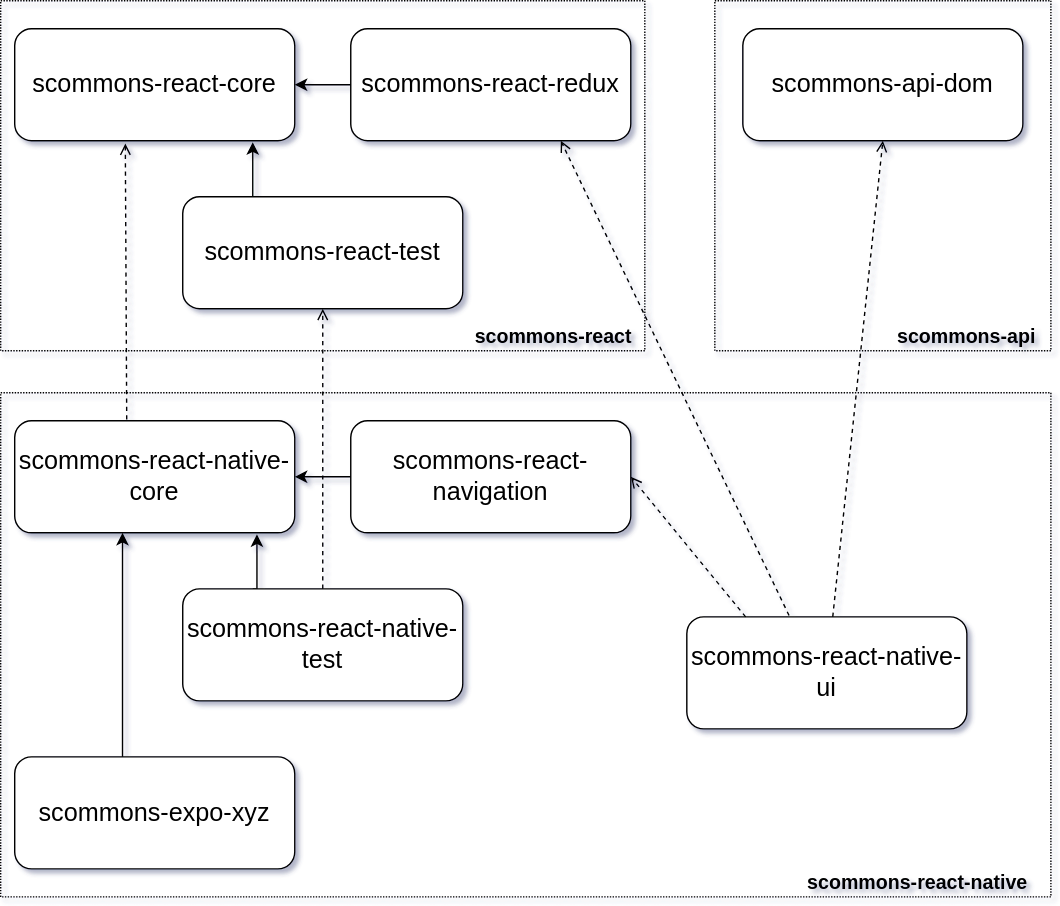
This is docs/drawio/overview.svg from scommons/scommons-react-native, a draw.io export, as it was before one commit. Source tidied: cells renumbered, new cells last; positions are measured from the earlier drawing's top-left corner, leaving out a move shared by most shapes. Its diagram source:
```xml
<mxGraphModel background="#ffffff">
  <root>
    <mxCell id="0" />
    <mxCell id="1" parent="0" />
    <mxCell id="2" style="rounded=0;whiteSpace=wrap;html=1;dashed=1;fillColor=none;shadow=0;dashPattern=1 1;" parent="1" vertex="1">
      <mxGeometry x="510" width="240" height="250" as="geometry" />
    </mxCell>
    <mxCell id="3" style="rounded=0;whiteSpace=wrap;html=1;dashed=1;fillColor=none;shadow=0;dashPattern=1 1;" parent="1" vertex="1">
      <mxGeometry width="460" height="250" as="geometry" />
    </mxCell>
    <mxCell id="4" style="rounded=0;whiteSpace=wrap;html=1;dashed=1;fillColor=none;shadow=0;dashPattern=1 1;" parent="1" vertex="1">
      <mxGeometry y="280" width="750" height="360" as="geometry" />
    </mxCell>
    <mxCell id="5" value="scommons-react-core" style="rounded=1;whiteSpace=wrap;html=1;fillColor=#FFFFFF;fontSize=18;" parent="1" vertex="1">
      <mxGeometry x="10" y="20" width="200" height="80" as="geometry" />
    </mxCell>
    <mxCell id="6" style="edgeStyle=orthogonalEdgeStyle;rounded=0;jettySize=auto;html=1;exitX=0.25;exitY=0;exitDx=0;exitDy=0;entryX=0.865;entryY=1.013;entryDx=0;entryDy=0;entryPerimeter=0;fontSize=14;" parent="1" edge="1" source="7" target="11">
      <mxGeometry relative="1" as="geometry" />
    </mxCell>
    <mxCell id="7" value="scommons-react-native-test" style="rounded=1;whiteSpace=wrap;html=1;fillColor=#FFFFFF;fontSize=18;" parent="1" vertex="1">
      <mxGeometry x="130" y="420" width="200" height="80" as="geometry" />
    </mxCell>
    <mxCell id="8" style="edgeStyle=orthogonalEdgeStyle;rounded=0;jettySize=auto;html=1;exitX=0.25;exitY=0;exitDx=0;exitDy=0;fontSize=14;" parent="1" edge="1" source="9">
      <mxGeometry relative="1" as="geometry">
        <mxPoint x="180" y="101" as="targetPoint" />
      </mxGeometry>
    </mxCell>
    <mxCell id="9" value="scommons-react-test" style="rounded=1;whiteSpace=wrap;html=1;fillColor=#FFFFFF;fontSize=18;" parent="1" vertex="1">
      <mxGeometry x="130" y="140" width="200" height="80" as="geometry" />
    </mxCell>
    <mxCell id="10" value="scommons-react-native-ui" style="rounded=1;whiteSpace=wrap;html=1;fillColor=#FFFFFF;fontSize=18;" parent="1" vertex="1">
      <mxGeometry x="490" y="440" width="200" height="80" as="geometry" />
    </mxCell>
    <mxCell id="11" value="scommons-react-native-core" style="rounded=1;whiteSpace=wrap;html=1;fillColor=#FFFFFF;fontSize=18;" parent="1" vertex="1">
      <mxGeometry x="10" y="300" width="200" height="80" as="geometry" />
    </mxCell>
    <mxCell id="12" style="edgeStyle=orthogonalEdgeStyle;rounded=0;jettySize=auto;html=1;exitX=0;exitY=0.5;exitDx=0;exitDy=0;entryX=1;entryY=0.5;entryDx=0;entryDy=0;fontSize=14;" parent="1" edge="1" source="13" target="11">
      <mxGeometry relative="1" as="geometry" />
    </mxCell>
    <mxCell id="13" value="scommons-react-navigation" style="rounded=1;whiteSpace=wrap;html=1;fillColor=#FFFFFF;fontSize=18;" parent="1" vertex="1">
      <mxGeometry x="250" y="300" width="200" height="80" as="geometry" />
    </mxCell>
    <mxCell id="14" value="scommons-expo-xyz" style="rounded=1;whiteSpace=wrap;html=1;fillColor=#FFFFFF;fontSize=18;" parent="1" vertex="1">
      <mxGeometry x="10" y="540" width="200" height="80" as="geometry" />
    </mxCell>
    <mxCell id="15" style="edgeStyle=orthogonalEdgeStyle;rounded=0;jettySize=auto;html=1;exitX=0;exitY=0.5;exitDx=0;exitDy=0;entryX=1;entryY=0.5;entryDx=0;entryDy=0;fontSize=14;" parent="1" edge="1" source="16" target="5">
      <mxGeometry relative="1" as="geometry" />
    </mxCell>
    <mxCell id="16" value="scommons-react-redux" style="rounded=1;whiteSpace=wrap;html=1;fillColor=#FFFFFF;fontSize=18;" parent="1" vertex="1">
      <mxGeometry x="250" y="20" width="200" height="80" as="geometry" />
    </mxCell>
    <mxCell id="17" value="scommons-api-dom" style="rounded=1;whiteSpace=wrap;html=1;fillColor=#FFFFFF;fontSize=18;" parent="1" vertex="1">
      <mxGeometry x="530" y="20" width="200" height="80" as="geometry" />
    </mxCell>
    <mxCell id="18" value="scommons-react" style="text;html=1;strokeColor=none;fillColor=none;align=center;verticalAlign=middle;whiteSpace=wrap;rounded=0;shadow=0;dashed=1;fontStyle=1;fontSize=14;" parent="1" vertex="1">
      <mxGeometry x="330" y="230" width="130" height="20" as="geometry" />
    </mxCell>
    <mxCell id="19" value="scommons-api" style="text;html=1;strokeColor=none;fillColor=none;align=center;verticalAlign=middle;whiteSpace=wrap;rounded=0;shadow=0;dashed=1;fontStyle=1;fontSize=14;" parent="1" vertex="1">
      <mxGeometry x="630" y="230" width="120" height="20" as="geometry" />
    </mxCell>
    <mxCell id="20" value="scommons-react-native" style="text;html=1;strokeColor=none;fillColor=none;align=center;verticalAlign=middle;whiteSpace=wrap;rounded=0;shadow=0;dashed=1;fontStyle=1;fontSize=14;" parent="1" vertex="1">
      <mxGeometry x="560" y="620" width="190" height="20" as="geometry" />
    </mxCell>
    <mxCell id="21" style="endArrow=classic;html=1;fontSize=14;" parent="1" edge="1">
      <mxGeometry relative="1" as="geometry">
        <mxPoint x="87" y="540" as="sourcePoint" />
        <mxPoint x="87" y="380" as="targetPoint" />
        <Array as="points">
          <mxPoint x="87" y="480" />
        </Array>
      </mxGeometry>
    </mxCell>
    <mxCell id="22" style="endArrow=open;html=1;fontSize=14;dashed=1;exitX=0.365;exitY=-0.012;exitDx=0;exitDy=0;entryX=0.75;entryY=1;entryDx=0;entryDy=0;exitPerimeter=0;endFill=0;" parent="1" edge="1" source="10" target="16">
      <mxGeometry relative="1" as="geometry" />
    </mxCell>
    <mxCell id="23" style="endArrow=open;html=1;fontSize=14;dashed=1;entryX=0.5;entryY=1;entryDx=0;entryDy=0;endFill=0;" parent="1" edge="1" source="10" target="17">
      <mxGeometry relative="1" as="geometry" />
    </mxCell>
    <mxCell id="24" style="endArrow=open;html=1;fontSize=14;dashed=1;entryX=1;entryY=0.5;entryDx=0;entryDy=0;endFill=0;" parent="1" edge="1" target="13">
      <mxGeometry relative="1" as="geometry">
        <mxPoint x="532" y="440" as="sourcePoint" />
      </mxGeometry>
    </mxCell>
    <mxCell id="25" style="endArrow=open;html=1;fontSize=14;dashed=1;entryX=0.395;entryY=1.025;entryDx=0;entryDy=0;endFill=0;entryPerimeter=0;exitX=0.4;exitY=-0.012;exitDx=0;exitDy=0;exitPerimeter=0;" parent="1" edge="1" source="11" target="5">
      <mxGeometry relative="1" as="geometry" />
    </mxCell>
    <mxCell id="26" style="endArrow=open;html=1;fontSize=14;dashed=1;entryX=0.5;entryY=1;entryDx=0;entryDy=0;endFill=0;exitX=0.5;exitY=0;exitDx=0;exitDy=0;" parent="1" edge="1" source="7" target="9">
      <mxGeometry relative="1" as="geometry" />
    </mxCell>
  </root>
</mxGraphModel>
```
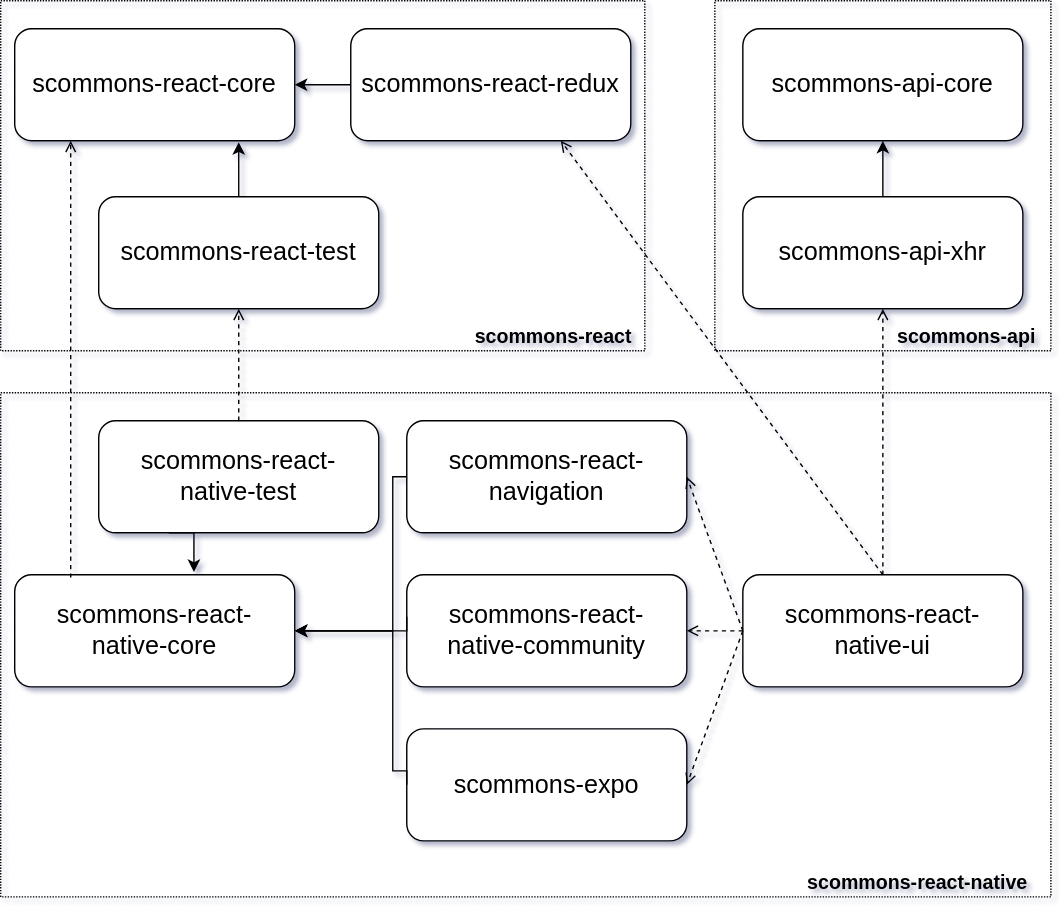
The same file after the commit.

What changed in the source:
```diff
@@ -14,34 +14,39 @@
     <mxCell id="5" value="scommons-react-core" style="rounded=1;whiteSpace=wrap;html=1;fillColor=#FFFFFF;fontSize=18;" parent="1" vertex="1">
       <mxGeometry x="10" y="20" width="200" height="80" as="geometry" />
     </mxCell>
-    <mxCell id="6" style="edgeStyle=orthogonalEdgeStyle;rounded=0;jettySize=auto;html=1;exitX=0.25;exitY=0;exitDx=0;exitDy=0;entryX=0.865;entryY=1.013;entryDx=0;entryDy=0;entryPerimeter=0;fontSize=14;" parent="1" edge="1" source="7" target="11">
+    <mxCell id="6" style="edgeStyle=orthogonalEdgeStyle;rounded=0;jettySize=auto;html=1;exitX=0.25;exitY=1;exitDx=0;exitDy=0;entryX=0.64;entryY=-0.025;entryDx=0;entryDy=0;fontSize=14;entryPerimeter=0;" parent="1" edge="1" source="7" target="11">
       <mxGeometry relative="1" as="geometry" />
     </mxCell>
-    <mxCell id="7" value="scommons-react-native-test" style="rounded=1;whiteSpace=wrap;html=1;fillColor=#FFFFFF;fontSize=18;" parent="1" vertex="1">
-      <mxGeometry x="130" y="420" width="200" height="80" as="geometry" />
+    <mxCell id="7" value="&lt;div&gt;scommons-react-&lt;/div&gt;&lt;div&gt;native-test&lt;/div&gt;" style="rounded=1;whiteSpace=wrap;html=1;fillColor=#FFFFFF;fontSize=18;" parent="1" vertex="1">
+      <mxGeometry x="70" y="300" width="200" height="80" as="geometry" />
     </mxCell>
-    <mxCell id="8" style="edgeStyle=orthogonalEdgeStyle;rounded=0;jettySize=auto;html=1;exitX=0.25;exitY=0;exitDx=0;exitDy=0;fontSize=14;" parent="1" edge="1" source="9">
+    <mxCell id="8" style="edgeStyle=orthogonalEdgeStyle;rounded=0;jettySize=auto;html=1;exitX=0.5;exitY=0;exitDx=0;exitDy=0;fontSize=14;" parent="1" edge="1" source="9">
       <mxGeometry relative="1" as="geometry">
-        <mxPoint x="180" y="101" as="targetPoint" />
+        <mxPoint x="170" y="101" as="targetPoint" />
       </mxGeometry>
     </mxCell>
     <mxCell id="9" value="scommons-react-test" style="rounded=1;whiteSpace=wrap;html=1;fillColor=#FFFFFF;fontSize=18;" parent="1" vertex="1">
-      <mxGeometry x="130" y="140" width="200" height="80" as="geometry" />
+      <mxGeometry x="70" y="140" width="200" height="80" as="geometry" />
     </mxCell>
-    <mxCell id="10" value="scommons-react-native-ui" style="rounded=1;whiteSpace=wrap;html=1;fillColor=#FFFFFF;fontSize=18;" parent="1" vertex="1">
-      <mxGeometry x="490" y="440" width="200" height="80" as="geometry" />
+    <mxCell id="10" value="&lt;div&gt;scommons-react-&lt;/div&gt;&lt;div&gt;native-ui&lt;/div&gt;" style="rounded=1;whiteSpace=wrap;html=1;fillColor=#FFFFFF;fontSize=18;" parent="1" vertex="1">
+      <mxGeometry x="530" y="410" width="200" height="80" as="geometry" />
     </mxCell>
-    <mxCell id="11" value="scommons-react-native-core" style="rounded=1;whiteSpace=wrap;html=1;fillColor=#FFFFFF;fontSize=18;" parent="1" vertex="1">
-      <mxGeometry x="10" y="300" width="200" height="80" as="geometry" />
+    <mxCell id="11" value="&lt;div&gt;scommons-react-&lt;/div&gt;&lt;div&gt;native-core&lt;/div&gt;" style="rounded=1;whiteSpace=wrap;html=1;fillColor=#FFFFFF;fontSize=18;" parent="1" vertex="1">
+      <mxGeometry x="10" y="410" width="200" height="80" as="geometry" />
     </mxCell>
     <mxCell id="12" style="edgeStyle=orthogonalEdgeStyle;rounded=0;jettySize=auto;html=1;exitX=0;exitY=0.5;exitDx=0;exitDy=0;entryX=1;entryY=0.5;entryDx=0;entryDy=0;fontSize=14;" parent="1" edge="1" source="13" target="11">
-      <mxGeometry relative="1" as="geometry" />
+      <mxGeometry relative="1" as="geometry">
+        <Array as="points">
+          <mxPoint x="280" y="340" />
+          <mxPoint x="280" y="450" />
+        </Array>
+      </mxGeometry>
     </mxCell>
     <mxCell id="13" value="scommons-react-navigation" style="rounded=1;whiteSpace=wrap;html=1;fillColor=#FFFFFF;fontSize=18;" parent="1" vertex="1">
-      <mxGeometry x="250" y="300" width="200" height="80" as="geometry" />
+      <mxGeometry x="290" y="300" width="200" height="80" as="geometry" />
     </mxCell>
-    <mxCell id="14" value="scommons-expo-xyz" style="rounded=1;whiteSpace=wrap;html=1;fillColor=#FFFFFF;fontSize=18;" parent="1" vertex="1">
-      <mxGeometry x="10" y="540" width="200" height="80" as="geometry" />
+    <mxCell id="14" value="scommons-expo" style="rounded=1;whiteSpace=wrap;html=1;fillColor=#FFFFFF;fontSize=18;" parent="1" vertex="1">
+      <mxGeometry x="290" y="520" width="200" height="80" as="geometry" />
     </mxCell>
     <mxCell id="15" style="edgeStyle=orthogonalEdgeStyle;rounded=0;jettySize=auto;html=1;exitX=0;exitY=0.5;exitDx=0;exitDy=0;entryX=1;entryY=0.5;entryDx=0;entryDy=0;fontSize=14;" parent="1" edge="1" source="16" target="5">
       <mxGeometry relative="1" as="geometry" />
@@ -49,8 +54,8 @@
     <mxCell id="16" value="scommons-react-redux" style="rounded=1;whiteSpace=wrap;html=1;fillColor=#FFFFFF;fontSize=18;" parent="1" vertex="1">
       <mxGeometry x="250" y="20" width="200" height="80" as="geometry" />
     </mxCell>
-    <mxCell id="17" value="scommons-api-dom" style="rounded=1;whiteSpace=wrap;html=1;fillColor=#FFFFFF;fontSize=18;" parent="1" vertex="1">
-      <mxGeometry x="530" y="20" width="200" height="80" as="geometry" />
+    <mxCell id="17" value="scommons-api-xhr" style="rounded=1;whiteSpace=wrap;html=1;fillColor=#FFFFFF;fontSize=18;" parent="1" vertex="1">
+      <mxGeometry x="530" y="140" width="200" height="80" as="geometry" />
     </mxCell>
     <mxCell id="18" value="scommons-react" style="text;html=1;strokeColor=none;fillColor=none;align=center;verticalAlign=middle;whiteSpace=wrap;rounded=0;shadow=0;dashed=1;fontStyle=1;fontSize=14;" parent="1" vertex="1">
       <mxGeometry x="330" y="230" width="130" height="20" as="geometry" />
@@ -61,31 +66,52 @@
     <mxCell id="20" value="scommons-react-native" style="text;html=1;strokeColor=none;fillColor=none;align=center;verticalAlign=middle;whiteSpace=wrap;rounded=0;shadow=0;dashed=1;fontStyle=1;fontSize=14;" parent="1" vertex="1">
       <mxGeometry x="560" y="620" width="190" height="20" as="geometry" />
     </mxCell>
-    <mxCell id="21" style="endArrow=classic;html=1;fontSize=14;" parent="1" edge="1">
-      <mxGeometry relative="1" as="geometry">
-        <mxPoint x="87" y="540" as="sourcePoint" />
-        <mxPoint x="87" y="380" as="targetPoint" />
-        <Array as="points">
-          <mxPoint x="87" y="480" />
-        </Array>
-      </mxGeometry>
-    </mxCell>
-    <mxCell id="22" style="endArrow=open;html=1;fontSize=14;dashed=1;exitX=0.365;exitY=-0.012;exitDx=0;exitDy=0;entryX=0.75;entryY=1;entryDx=0;entryDy=0;exitPerimeter=0;endFill=0;" parent="1" edge="1" source="10" target="16">
+    <mxCell id="22" style="endArrow=open;html=1;fontSize=14;dashed=1;exitX=0.5;exitY=0;exitDx=0;exitDy=0;entryX=0.75;entryY=1;entryDx=0;entryDy=0;endFill=0;" parent="1" edge="1" source="10" target="16">
       <mxGeometry relative="1" as="geometry" />
     </mxCell>
     <mxCell id="23" style="endArrow=open;html=1;fontSize=14;dashed=1;entryX=0.5;entryY=1;entryDx=0;entryDy=0;endFill=0;" parent="1" edge="1" source="10" target="17">
       <mxGeometry relative="1" as="geometry" />
     </mxCell>
-    <mxCell id="24" style="endArrow=open;html=1;fontSize=14;dashed=1;entryX=1;entryY=0.5;entryDx=0;entryDy=0;endFill=0;" parent="1" edge="1" target="13">
-      <mxGeometry relative="1" as="geometry">
-        <mxPoint x="532" y="440" as="sourcePoint" />
-      </mxGeometry>
+    <mxCell id="24" style="endArrow=open;html=1;fontSize=14;dashed=1;entryX=1;entryY=0.5;entryDx=0;entryDy=0;endFill=0;exitX=0;exitY=0.5;exitDx=0;exitDy=0;" parent="1" edge="1" source="10" target="13">
+      <mxGeometry relative="1" as="geometry" />
     </mxCell>
-    <mxCell id="25" style="endArrow=open;html=1;fontSize=14;dashed=1;entryX=0.395;entryY=1.025;entryDx=0;entryDy=0;endFill=0;entryPerimeter=0;exitX=0.4;exitY=-0.012;exitDx=0;exitDy=0;exitPerimeter=0;" parent="1" edge="1" source="11" target="5">
+    <mxCell id="25" style="endArrow=open;html=1;fontSize=14;dashed=1;entryX=0.2;entryY=1;entryDx=0;entryDy=0;endFill=0;entryPerimeter=0;exitX=0.2;exitY=0.025;exitDx=0;exitDy=0;exitPerimeter=0;" parent="1" edge="1" source="11" target="5">
       <mxGeometry relative="1" as="geometry" />
     </mxCell>
     <mxCell id="26" style="endArrow=open;html=1;fontSize=14;dashed=1;entryX=0.5;entryY=1;entryDx=0;entryDy=0;endFill=0;exitX=0.5;exitY=0;exitDx=0;exitDy=0;" parent="1" edge="1" source="7" target="9">
       <mxGeometry relative="1" as="geometry" />
     </mxCell>
+    <mxCell id="27" style="edgeStyle=orthogonalEdgeStyle;rounded=0;jettySize=auto;html=1;exitX=0;exitY=0.5;exitDx=0;exitDy=0;entryX=1;entryY=0.5;entryDx=0;entryDy=0;fontSize=14;" parent="1" edge="1" source="14" target="11">
+      <mxGeometry relative="1" as="geometry">
+        <Array as="points">
+          <mxPoint x="290" y="550" />
+          <mxPoint x="280" y="550" />
+          <mxPoint x="280" y="450" />
+        </Array>
+      </mxGeometry>
+    </mxCell>
+    <mxCell id="28" value="&lt;div&gt;scommons-react-&lt;/div&gt;&lt;div&gt;native-community&lt;/div&gt;" style="rounded=1;whiteSpace=wrap;html=1;fillColor=#FFFFFF;fontSize=18;" parent="1" vertex="1">
+      <mxGeometry x="290" y="410" width="200" height="80" as="geometry" />
+    </mxCell>
+    <mxCell id="29" style="edgeStyle=orthogonalEdgeStyle;rounded=0;jettySize=auto;html=1;entryX=1;entryY=0.5;entryDx=0;entryDy=0;fontSize=14;" parent="1" edge="1" target="11">
+      <mxGeometry relative="1" as="geometry">
+        <mxPoint x="290" y="440" as="sourcePoint" />
+        <Array as="points">
+          <mxPoint x="290" y="450" />
+        </Array>
+      </mxGeometry>
+    </mxCell>
+    <mxCell id="30" style="endArrow=open;html=1;fontSize=14;dashed=1;entryX=1;entryY=0.5;entryDx=0;entryDy=0;endFill=0;exitX=0;exitY=0.5;exitDx=0;exitDy=0;" parent="1" edge="1" source="10" target="28">
+      <mxGeometry relative="1" as="geometry" />
+    </mxCell>
+    <mxCell id="31" style="endArrow=open;html=1;fontSize=14;dashed=1;entryX=1;entryY=0.5;entryDx=0;entryDy=0;endFill=0;exitX=0;exitY=0.5;exitDx=0;exitDy=0;" parent="1" edge="1" source="10" target="14">
+      <mxGeometry relative="1" as="geometry" />
+    </mxCell>
+    <mxCell id="32" value="scommons-api-core" style="rounded=1;whiteSpace=wrap;html=1;fillColor=#FFFFFF;fontSize=18;" parent="1" vertex="1">
+      <mxGeometry x="530" y="20" width="200" height="80" as="geometry" />
+    </mxCell>
+    <mxCell id="33" style="edgeStyle=orthogonalEdgeStyle;rounded=0;jettySize=auto;html=1;exitX=0.5;exitY=0;exitDx=0;exitDy=0;fontSize=14;entryX=0.5;entryY=1;entryDx=0;entryDy=0;" parent="1" edge="1" source="17" target="32">
+      <mxGeometry relative="1" as="geometry" />
+    </mxCell>
   </root>
 </mxGraphModel>
```
